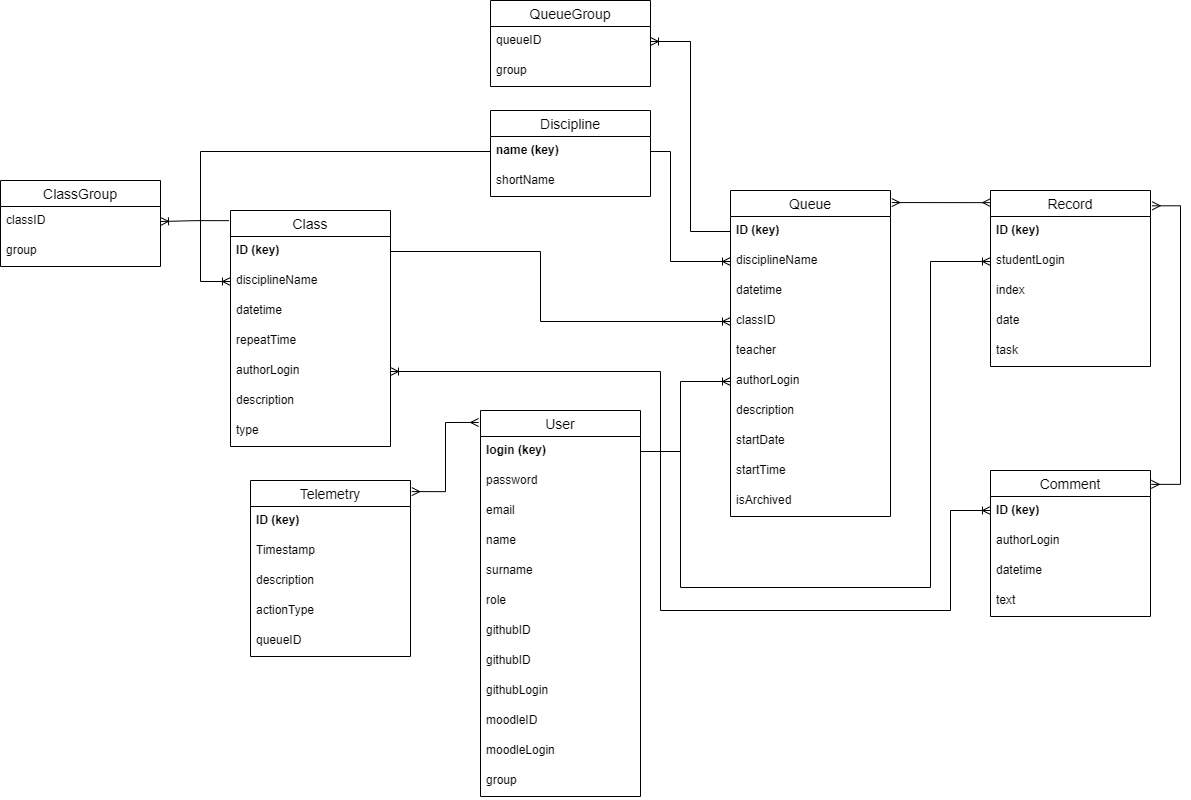
the21composer/ElQueue-materials keeps this draw.io diagram as SQL ElQueue.drawio.png. Above is the earlier version. Source tidied: cells renumbered, new cells last; positions are measured from the earlier drawing's top-left corner, leaving out a move shared by most shapes.
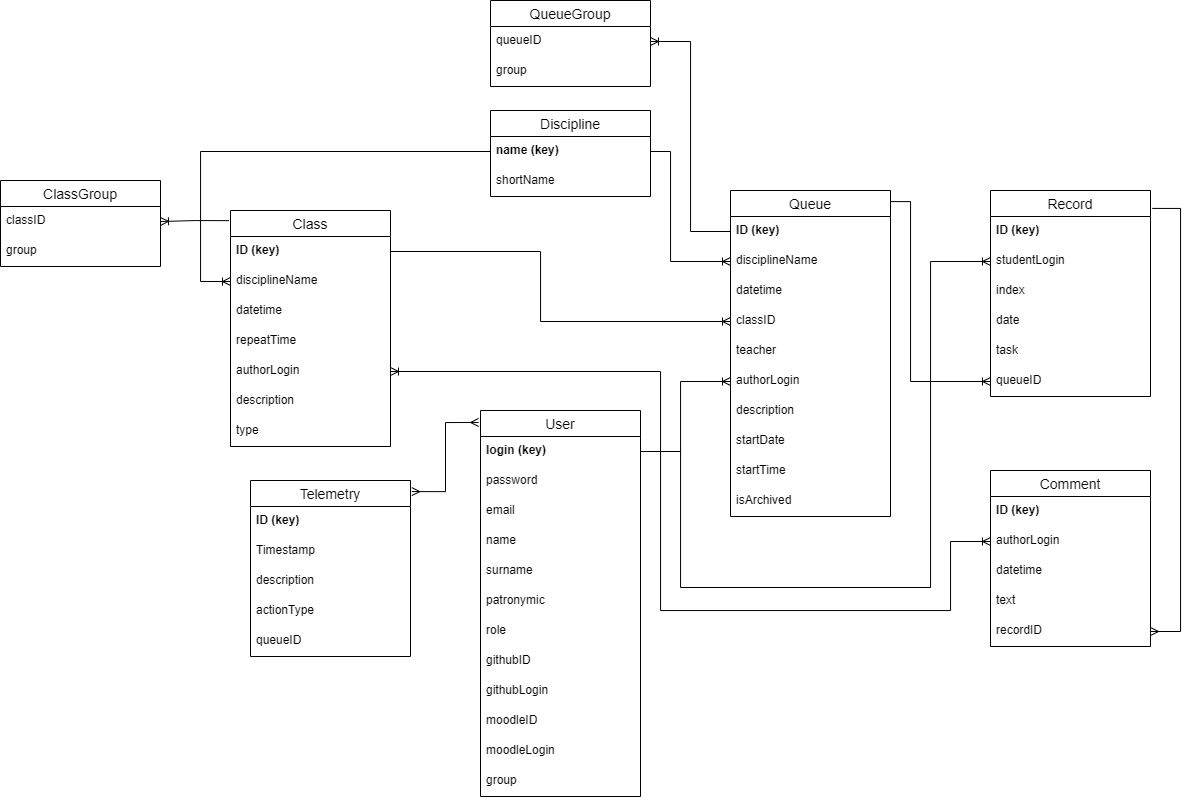
The same file after the commit.

Diff of the diagram source:
```diff
@@ -20,15 +20,15 @@
     <mxCell id="7" value="surname" style="text;strokeColor=none;fillColor=none;spacingLeft=4;spacingRight=4;overflow=hidden;fontSize=12;" parent="2" vertex="1">
       <mxGeometry y="146" width="160" height="30" as="geometry" />
     </mxCell>
+    <mxCell id="72" value="patronymic" style="text;strokeColor=none;fillColor=none;spacingLeft=4;spacingRight=4;overflow=hidden;fontSize=12;" parent="2" vertex="1">
+      <mxGeometry y="176" width="160" height="30" as="geometry" />
+    </mxCell>
     <mxCell id="8" value="role" style="text;strokeColor=none;fillColor=none;spacingLeft=4;spacingRight=4;overflow=hidden;fontSize=12;" parent="2" vertex="1">
-      <mxGeometry y="176" width="160" height="30" as="geometry" />
+      <mxGeometry y="206" width="160" height="30" as="geometry" />
     </mxCell>
     <mxCell id="9" value="githubID" style="text;strokeColor=none;fillColor=none;spacingLeft=4;spacingRight=4;overflow=hidden;fontSize=12;" parent="2" vertex="1">
-      <mxGeometry y="206" width="160" height="30" as="geometry" />
+      <mxGeometry y="236" width="160" height="30" as="geometry" />
     </mxCell>
-    <mxCell id="10" value="githubID" style="text;strokeColor=none;fillColor=none;spacingLeft=4;spacingRight=4;overflow=hidden;fontSize=12;" parent="2" vertex="1">
-      <mxGeometry y="236" width="160" height="30" as="geometry" />
-    </mxCell>
     <mxCell id="11" value="githubLogin" style="text;strokeColor=none;fillColor=none;spacingLeft=4;spacingRight=4;overflow=hidden;fontSize=12;" parent="2" vertex="1">
       <mxGeometry y="266" width="160" height="30" as="geometry" />
     </mxCell>
@@ -104,7 +104,7 @@
       </mxGeometry>
     </mxCell>
     <mxCell id="34" value="Record" style="swimlane;fontStyle=0;horizontal=1;startSize=26;align=center;fontSize=14;" parent="1" vertex="1">
-      <mxGeometry x="990" y="190" width="160" height="176" as="geometry" />
+      <mxGeometry x="990" y="190" width="160" height="206" as="geometry" />
     </mxCell>
     <mxCell id="35" value="ID (key)" style="text;strokeColor=none;fillColor=none;spacingLeft=4;spacingRight=4;overflow=hidden;fontSize=12;fontStyle=1;" parent="34" vertex="1">
       <mxGeometry y="26" width="160" height="30" as="geometry" />
@@ -121,6 +121,9 @@
     <mxCell id="39" value="task" style="text;strokeColor=none;fillColor=none;spacingLeft=4;spacingRight=4;overflow=hidden;fontSize=12;" parent="34" vertex="1">
       <mxGeometry y="146" width="160" height="30" as="geometry" />
     </mxCell>
+    <mxCell id="73" value="queueID" style="text;strokeColor=none;fillColor=none;spacingLeft=4;spacingRight=4;overflow=hidden;points=[[0,0.5],[1,0.5]];portConstraint=eastwest;fontSize=12;" parent="34" vertex="1">
+      <mxGeometry y="176" width="160" height="30" as="geometry" />
+    </mxCell>
     <mxCell id="40" style="edgeStyle=orthogonalEdgeStyle;fontSize=12;html=1;endArrow=ERoneToMany;rounded=0;exitX=1;exitY=0.5;exitDx=0;exitDy=0;entryX=0;entryY=0.5;entryDx=0;entryDy=0;" parent="1" edge="1" source="3" target="36">
       <mxGeometry relative="1" as="geometry">
         <Array as="points">
@@ -143,11 +146,8 @@
     <mxCell id="44" style="edgeStyle=orthogonalEdgeStyle;fontSize=12;html=1;endArrow=ERoneToMany;rounded=0;exitX=0;exitY=0.5;exitDx=0;exitDy=0;entryX=1;entryY=0.5;entryDx=0;entryDy=0;" parent="1" edge="1" source="23" target="42">
       <mxGeometry relative="1" as="geometry" />
     </mxCell>
-    <mxCell id="45" style="fontSize=12;html=1;endArrow=ERmany;startArrow=ERmany;rounded=0;entryX=1.008;entryY=0.037;entryDx=0;entryDy=0;entryPerimeter=0;exitX=0.001;exitY=0.069;exitDx=0;exitDy=0;exitPerimeter=0;" parent="1" edge="1" source="34" target="22">
-      <mxGeometry relative="1" as="geometry" />
-    </mxCell>
     <mxCell id="46" value="Comment" style="swimlane;fontStyle=0;horizontal=1;startSize=26;align=center;fontSize=14;" parent="1" vertex="1">
-      <mxGeometry x="990" y="470" width="160" height="146" as="geometry" />
+      <mxGeometry x="990" y="470" width="160" height="176" as="geometry" />
     </mxCell>
     <mxCell id="47" value="ID (key)" style="text;strokeColor=none;fillColor=none;spacingLeft=4;spacingRight=4;overflow=hidden;points=[[0,0.5],[1,0.5]];portConstraint=eastwest;fontSize=12;fontStyle=1;" parent="46" vertex="1">
       <mxGeometry y="26" width="160" height="30" as="geometry" />
@@ -161,22 +161,24 @@
     <mxCell id="50" value="text" style="text;strokeColor=none;fillColor=none;spacingLeft=4;spacingRight=4;overflow=hidden;fontSize=12;" parent="46" vertex="1">
       <mxGeometry y="116" width="160" height="30" as="geometry" />
     </mxCell>
+    <mxCell id="74" value="recordID" style="text;strokeColor=none;fillColor=none;spacingLeft=4;spacingRight=4;overflow=hidden;points=[[0,0.5],[1,0.5]];portConstraint=eastwest;fontSize=12;" parent="46" vertex="1">
+      <mxGeometry y="146" width="160" height="30" as="geometry" />
+    </mxCell>
-    <mxCell id="51" style="edgeStyle=orthogonalEdgeStyle;fontSize=12;html=1;endArrow=ERoneToMany;rounded=0;exitX=1;exitY=0.5;exitDx=0;exitDy=0;entryX=0;entryY=0.5;entryDx=0;entryDy=0;" parent="1" edge="1" source="3" target="47">
+    <mxCell id="51" style="edgeStyle=orthogonalEdgeStyle;fontSize=12;html=1;endArrow=ERoneToMany;rounded=0;exitX=1;exitY=0.5;exitDx=0;exitDy=0;entryX=0;entryY=0.5;entryDx=0;entryDy=0;" parent="1" edge="1" source="3" target="48">
       <mxGeometry relative="1" as="geometry">
         <Array as="points">
           <mxPoint x="660" y="451" />
           <mxPoint x="660" y="610" />
           <mxPoint x="950" y="610" />
-          <mxPoint x="950" y="510" />
-          <mxPoint x="990" y="510" />
+          <mxPoint x="950" y="541" />
         </Array>
       </mxGeometry>
     </mxCell>
-    <mxCell id="52" style="fontSize=12;html=1;endArrow=ERmany;startArrow=ERmany;rounded=0;entryX=1.011;entryY=0.087;entryDx=0;entryDy=0;entryPerimeter=0;exitX=1.005;exitY=0.095;exitDx=0;exitDy=0;exitPerimeter=0;edgeStyle=orthogonalEdgeStyle;" parent="1" edge="1" source="46" target="34">
+    <mxCell id="52" style="fontSize=12;html=1;endArrow=none;startArrow=ERmany;rounded=0;entryX=1.011;entryY=0.087;entryDx=0;entryDy=0;entryPerimeter=0;exitX=1;exitY=0.5;exitDx=0;exitDy=0;edgeStyle=orthogonalEdgeStyle;endFill=0;" parent="1" edge="1" source="74" target="34">
       <mxGeometry relative="1" as="geometry">
         <Array as="points">
-          <mxPoint x="1180" y="484" />
-          <mxPoint x="1180" y="205" />
+          <mxPoint x="1180" y="631" />
+          <mxPoint x="1180" y="208" />
         </Array>
       </mxGeometry>
     </mxCell>
@@ -257,5 +259,13 @@
     <mxCell id="71" style="edgeStyle=orthogonalEdgeStyle;fontSize=12;html=1;endArrow=ERoneToMany;rounded=0;exitX=-0.01;exitY=0.043;exitDx=0;exitDy=0;entryX=1;entryY=0.5;entryDx=0;entryDy=0;exitPerimeter=0;" parent="1" edge="1" source="57" target="69">
       <mxGeometry relative="1" as="geometry" />
     </mxCell>
+    <mxCell id="75" style="fontSize=12;html=1;endArrow=ERoneToMany;rounded=0;exitX=0.997;exitY=0.034;exitDx=0;exitDy=0;entryX=0;entryY=0.5;entryDx=0;entryDy=0;exitPerimeter=0;edgeStyle=orthogonalEdgeStyle;" parent="1" edge="1" source="22" target="73">
+      <mxGeometry relative="1" as="geometry">
+        <Array as="points">
+          <mxPoint x="910" y="201" />
+          <mxPoint x="910" y="381" />
+        </Array>
+      </mxGeometry>
+    </mxCell>
   </root>
 </mxGraphModel>
```
